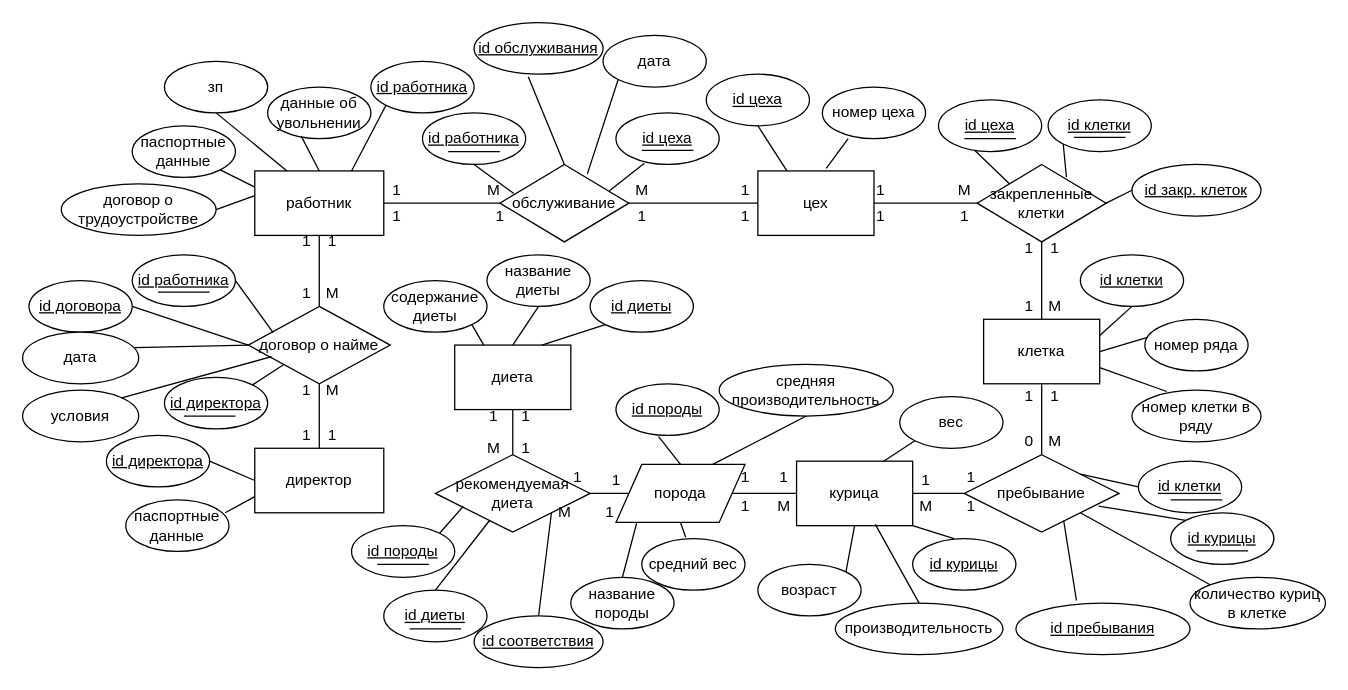
This is students/y2337/Kishinskaya_Zoya/Lr2/piterchen.drawio from TonikX/ITMO_FSPO_DataBases_2020-2021, a draw.io file, before an edit. Source tidied: cells renumbered, new cells numbered last; positions are measured from the earlier drawing's top-left corner, leaving out a move shared by most shapes. Both pictures are drawn from the tidied source at 129%, with x=0, y=0 at pixel (22, 22).
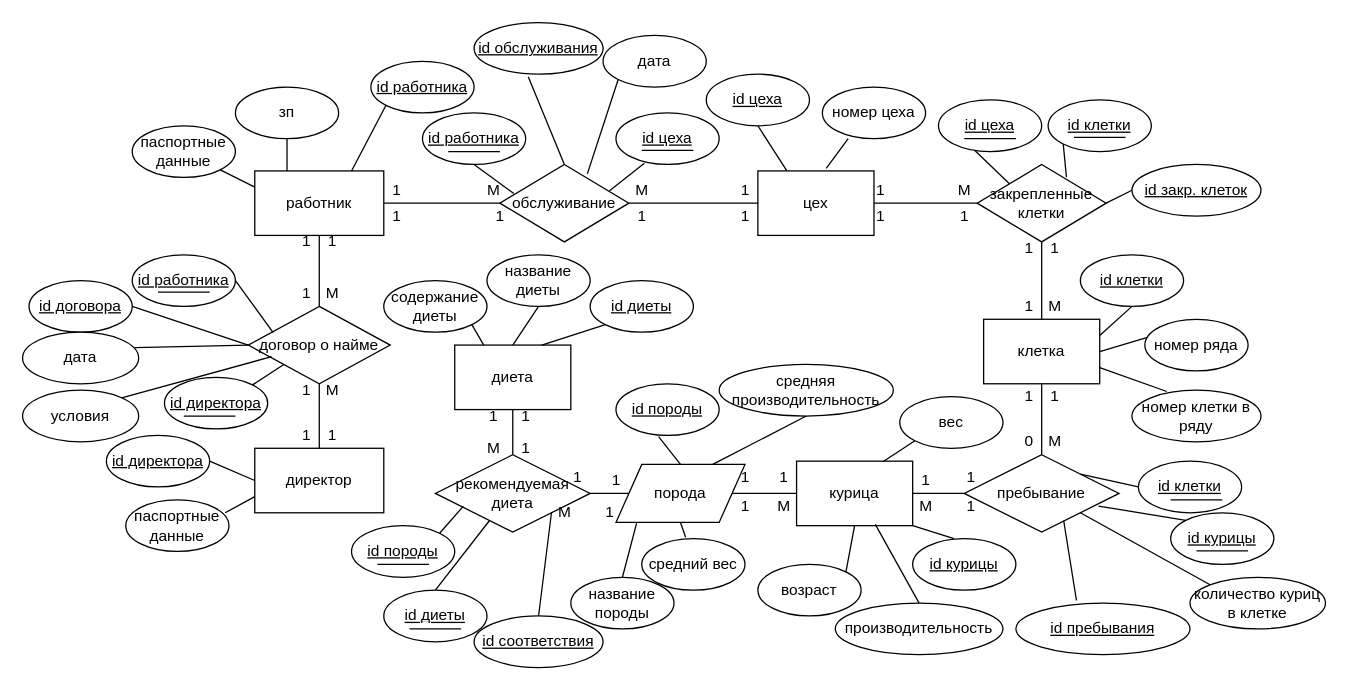
After the change.

The change refers to these unchanged cells:
```xml
<mxCell id="2" value="работник" style="rounded=0;whiteSpace=wrap;html=1;" parent="1" vertex="1">
  <mxGeometry x="180" y="115" width="100" height="50" as="geometry" />
</mxCell>
```

What changed in the source:
```diff
@@
     <mxCell id="6" value="зп" style="ellipse;whiteSpace=wrap;html=1;" parent="1" vertex="1">
-      <mxGeometry x="110" y="30" width="80" height="40" as="geometry" />
+      <mxGeometry x="165" y="50" width="80" height="40" as="geometry" />
     </mxCell>
@@
-    <mxCell id="8" value="договор о трудоустройстве" style="ellipse;whiteSpace=wrap;html=1;" parent="1" vertex="1">
-      <mxGeometry x="30" y="125" width="120" height="40" as="geometry" />
-    </mxCell>
-    <mxCell id="9" value="данные об увольнении" style="ellipse;whiteSpace=wrap;html=1;" parent="1" vertex="1">
-      <mxGeometry x="190" y="50" width="80" height="40" as="geometry" />
-    </mxCell>
@@
-    <mxCell id="17" style="endArrow=none;html=1;exitX=0.325;exitY=0.95;exitDx=0;exitDy=0;exitPerimeter=0;entryX=0.5;entryY=0;entryDx=0;entryDy=0;" parent="1" edge="1" source="9" target="2">
-      <mxGeometry relative="1" as="geometry" />
-    </mxCell>
@@
-    <mxCell id="20" style="endArrow=none;html=1;exitX=1;exitY=0.5;exitDx=0;exitDy=0;entryX=0;entryY=0.383;entryDx=0;entryDy=0;entryPerimeter=0;" parent="1" edge="1" source="8" target="2">
-      <mxGeometry relative="1" as="geometry" />
-    </mxCell>
```
